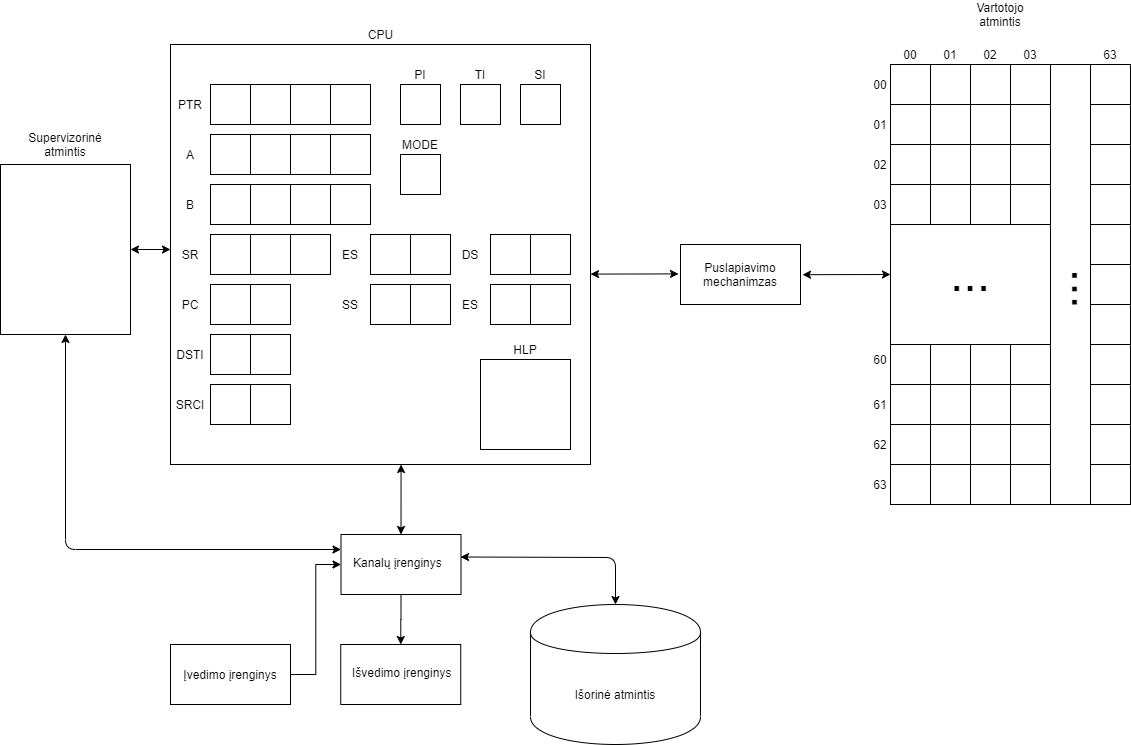
This is 01lab/diagrams/real.png from jokubasb/My-OS, a draw.io export, as it was before one commit. Source tidied: cells renumbered, new cells last; positions are measured from the earlier drawing's top-left corner, leaving out a move shared by most shapes.
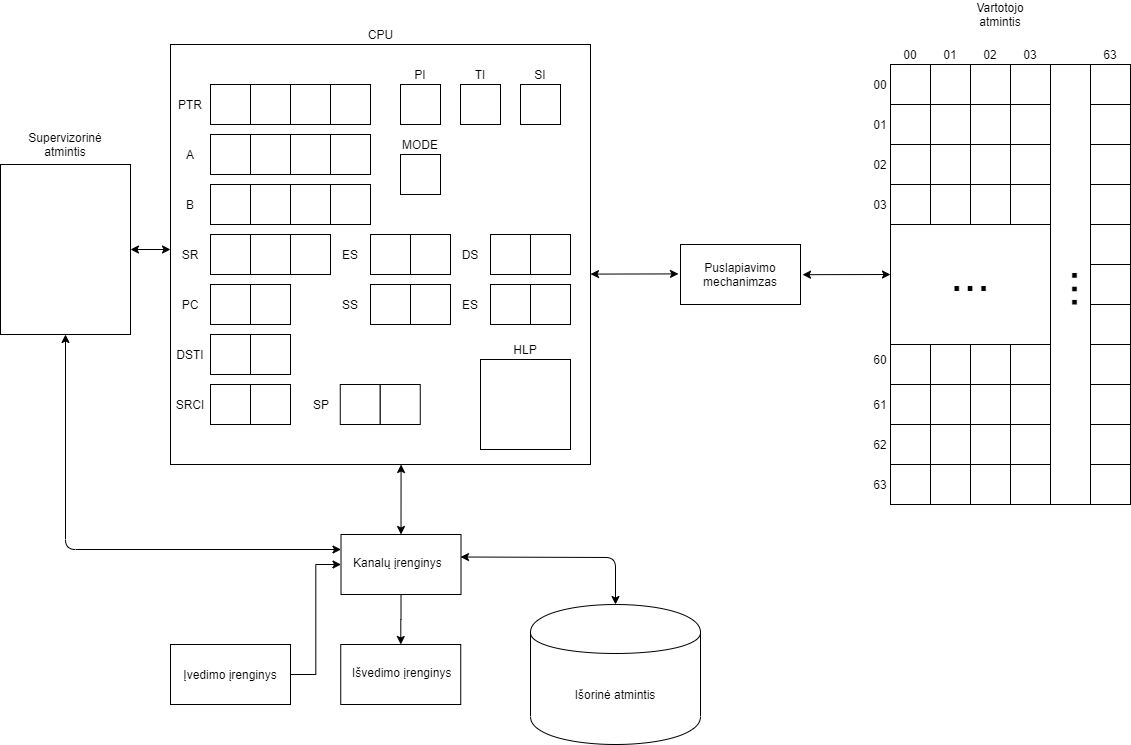
The same file after the commit.

The edit, as a diff of the source:
```diff
@@ -409,5 +409,14 @@
     <mxCell id="132" value="ES" style="text;html=1;strokeColor=none;fillColor=none;align=center;verticalAlign=middle;whiteSpace=wrap;rounded=0;" parent="1" vertex="1">
       <mxGeometry x="330" y="240" width="40" height="20" as="geometry" />
     </mxCell>
+    <mxCell id="133" style="whiteSpace=wrap;html=1;" parent="1" vertex="1">
+      <mxGeometry x="339.8" y="380" width="40" height="40" as="geometry" />
+    </mxCell>
+    <mxCell id="134" style="whiteSpace=wrap;html=1;" parent="1" vertex="1">
+      <mxGeometry x="379.8" y="380" width="40" height="40" as="geometry" />
+    </mxCell>
+    <mxCell id="135" value="SP" style="text;html=1;strokeColor=none;fillColor=none;align=center;verticalAlign=middle;whiteSpace=wrap;rounded=0;" parent="1" vertex="1">
+      <mxGeometry x="300.5" y="390" width="40" height="20" as="geometry" />
+    </mxCell>
   </root>
 </mxGraphModel>
```
